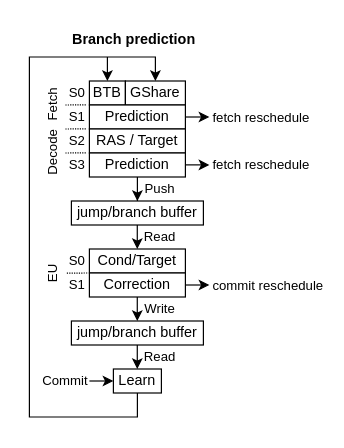
Earlier version of the draw.io diagram page "prediction" (5 of 10) of source/asset/miaou.drawio (SpinalHDL/NaxRiscv-Rtd). Source tidied: cells renumbered, new cells numbered last; positions are measured from the earlier drawing's top-left corner, leaving out a move shared by most shapes. Both pictures are drawn from the tidied source at 120%, with x=0, y=0 at pixel (17, 20).
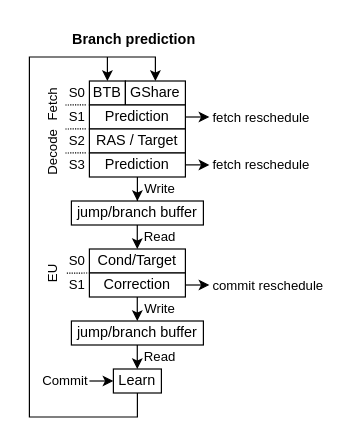
The same diagram, later.

Change to the diagram source:
```diff
@@
-    <mxCell id="32" value="Push" style="text;html=1;strokeColor=none;fillColor=none;align=center;verticalAlign=middle;whiteSpace=wrap;rounded=0;dashed=1;dashPattern=1 1;labelBackgroundColor=none;fontSize=11;" parent="1" vertex="1">
+    <mxCell id="32" value="Write" style="text;html=1;strokeColor=none;fillColor=none;align=center;verticalAlign=middle;whiteSpace=wrap;rounded=0;dashed=1;dashPattern=1 1;labelBackgroundColor=none;fontSize=11;" parent="1" vertex="1">
       <mxGeometry x="109" y="130" width="20" height="20" as="geometry" />
     </mxCell>
```
